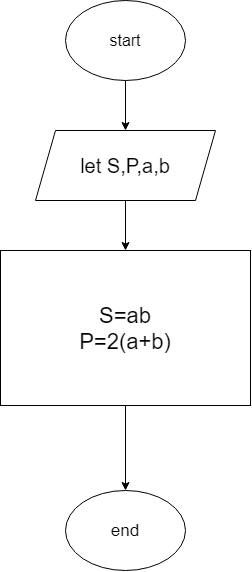
This is Untitled Diagram.drawio.png from Seymur-Abbasov/alqoritm-test.1, a draw.io export, as it was before one commit. Source tidied: cells renumbered, new cells last; positions are measured from the earlier drawing's top-left corner, leaving out a move shared by most shapes.
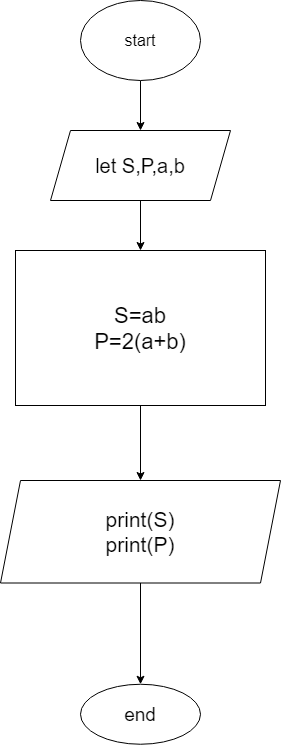
The same file after the commit.

The edit, as a diff of the source:
```diff
@@ -14,14 +14,20 @@
     <mxCell id="5" value="&lt;span style=&quot;font-size: 20px&quot;&gt;let S,P,a,b&lt;/span&gt;" style="shape=parallelogram;perimeter=parallelogramPerimeter;whiteSpace=wrap;html=1;fixedSize=1;" parent="1" vertex="1">
       <mxGeometry x="35" y="130" width="180" height="70" as="geometry" />
     </mxCell>
+    <mxCell id="9" style="edgeStyle=orthogonalEdgeStyle;rounded=0;jettySize=auto;html=1;fontSize=22;" parent="1" edge="1" source="8" target="11">
+      <mxGeometry relative="1" as="geometry" />
+    </mxCell>
+    <mxCell id="8" value="&lt;font style=&quot;font-size: 22px&quot;&gt;S=ab&lt;br&gt;P=2(a+b)&lt;/font&gt;" style="whiteSpace=wrap;html=1;" parent="1" vertex="1">
+      <mxGeometry y="250" width="250" height="155" as="geometry" />
+    </mxCell>
+    <mxCell id="10" style="edgeStyle=orthogonalEdgeStyle;rounded=0;jettySize=auto;html=1;fontSize=21;" parent="1" edge="1" source="11" target="6">
+      <mxGeometry relative="1" as="geometry" />
+    </mxCell>
+    <mxCell id="11" value="&lt;font style=&quot;font-size: 21px&quot;&gt;print(S)&lt;br&gt;print(P)&lt;/font&gt;" style="shape=parallelogram;perimeter=parallelogramPerimeter;whiteSpace=wrap;html=1;fixedSize=1;" parent="1" vertex="1">
+      <mxGeometry x="-15" y="480" width="280" height="102.5" as="geometry" />
+    </mxCell>
-    <mxCell id="6" value="end" style="ellipse;whiteSpace=wrap;html=1;fontSize=17;" parent="1" vertex="1">
-      <mxGeometry x="65" y="490" width="120" height="80" as="geometry" />
+    <mxCell id="6" value="&lt;font style=&quot;font-size: 19px&quot;&gt;end&lt;/font&gt;" style="ellipse;whiteSpace=wrap;html=1;" parent="1" vertex="1">
+      <mxGeometry x="65" y="683.8" width="120" height="60" as="geometry" />
     </mxCell>
-    <mxCell id="7" style="edgeStyle=orthogonalEdgeStyle;rounded=0;jettySize=auto;html=1;fontSize=22;" parent="1" edge="1" source="8" target="6">
-      <mxGeometry relative="1" as="geometry" />
-    </mxCell>
-    <mxCell id="8" value="&lt;font style=&quot;font-size: 22px&quot;&gt;S=ab&lt;br&gt;P=2(a+b)&lt;/font&gt;" style="whiteSpace=wrap;html=1;" parent="1" vertex="1">
-      <mxGeometry y="250" width="250" height="155" as="geometry" />
-    </mxCell>
   </root>
 </mxGraphModel>
```
